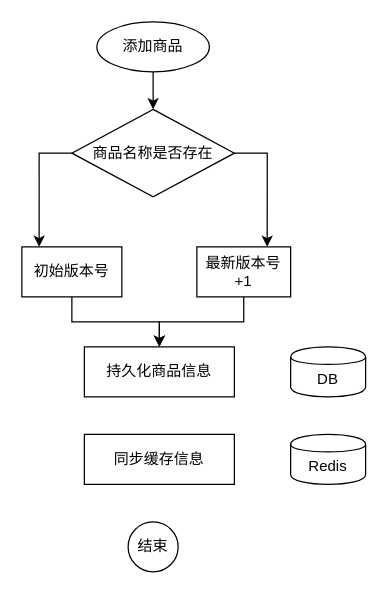
Above: 商品订单流程设计.drawio in chenrushui/draw (draw.io), before the change. Source tidied: cells renumbered, new cells numbered last; positions are measured from the earlier drawing's top-left corner, leaving out a move shared by most shapes. Both pictures are drawn from the tidied source at 125%, with x=0, y=0 at pixel (21, 21).
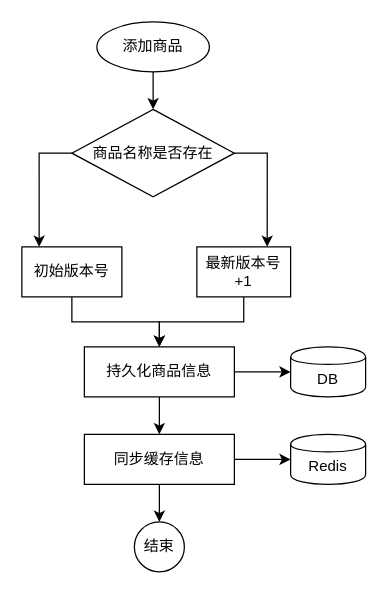
After the change.

Commit message (it also covers changes not shown here):
商品订单流程设计.drawio

The edit, as a diff of the source:
```diff
@@
 <mxGraphModel>
   <root>
     <mxCell id="0" />
     <mxCell id="1" parent="0" />
     <mxCell id="2" style="edgeStyle=orthogonalEdgeStyle;rounded=0;jettySize=auto;html=1;entryX=0.5;entryY=0;entryDx=0;entryDy=0;" parent="1" edge="1" source="3" target="11">
       <mxGeometry relative="1" as="geometry" />
     </mxCell>
     <mxCell id="3" value="初始版本号" style="rounded=0;whiteSpace=wrap;html=1;" parent="1" vertex="1">
       <mxGeometry y="180" width="80" height="40" as="geometry" />
     </mxCell>
     <mxCell id="4" style="edgeStyle=orthogonalEdgeStyle;rounded=0;jettySize=auto;html=1;exitX=0.5;exitY=1;exitDx=0;exitDy=0;entryX=0.5;entryY=0;entryDx=0;entryDy=0;" parent="1" edge="1" source="5" target="8">
       <mxGeometry relative="1" as="geometry" />
     </mxCell>
     <mxCell id="5" value="添加商品" style="ellipse;whiteSpace=wrap;html=1;" parent="1" vertex="1">
       <mxGeometry x="60" width="90" height="40" as="geometry" />
     </mxCell>
     <mxCell id="6" style="edgeStyle=orthogonalEdgeStyle;rounded=0;jettySize=auto;html=1;exitX=0;exitY=0.5;exitDx=0;exitDy=0;entryX=0.173;entryY=0;entryDx=0;entryDy=0;entryPerimeter=0;" parent="1" edge="1" source="8" target="3">
       <mxGeometry relative="1" as="geometry" />
     </mxCell>
     <mxCell id="7" style="edgeStyle=orthogonalEdgeStyle;rounded=0;jettySize=auto;html=1;exitX=1;exitY=0.5;exitDx=0;exitDy=0;entryX=0.75;entryY=0;entryDx=0;entryDy=0;" parent="1" edge="1" source="8" target="10">
       <mxGeometry relative="1" as="geometry" />
     </mxCell>
     <mxCell id="8" value="商品名称是否存在" style="rhombus;whiteSpace=wrap;html=1;" parent="1" vertex="1">
       <mxGeometry x="40" y="70" width="130" height="70" as="geometry" />
     </mxCell>
     <mxCell id="9" style="edgeStyle=orthogonalEdgeStyle;rounded=0;jettySize=auto;html=1;entryX=0.5;entryY=0;entryDx=0;entryDy=0;" parent="1" edge="1" source="10" target="11">
       <mxGeometry relative="1" as="geometry" />
     </mxCell>
     <mxCell id="10" value="最新版本号+1" style="rounded=0;whiteSpace=wrap;html=1;" parent="1" vertex="1">
       <mxGeometry x="140" y="180" width="75" height="40" as="geometry" />
     </mxCell>
+    <mxCell id="16" style="edgeStyle=orthogonalEdgeStyle;rounded=0;jettySize=auto;html=1;entryX=0;entryY=0.5;entryDx=0;entryDy=0;" parent="1" edge="1" source="11" target="14">
+      <mxGeometry relative="1" as="geometry" />
+    </mxCell>
+    <mxCell id="17" style="edgeStyle=orthogonalEdgeStyle;rounded=0;jettySize=auto;html=1;entryX=0.5;entryY=0;entryDx=0;entryDy=0;" parent="1" edge="1" source="11" target="12">
+      <mxGeometry relative="1" as="geometry" />
+    </mxCell>
     <mxCell id="11" value="持久化商品信息" style="rounded=0;whiteSpace=wrap;html=1;" parent="1" vertex="1">
       <mxGeometry x="50" y="260" width="120" height="40" as="geometry" />
     </mxCell>
+    <mxCell id="18" style="edgeStyle=orthogonalEdgeStyle;rounded=0;jettySize=auto;html=1;entryX=0;entryY=0.5;entryDx=0;entryDy=0;" parent="1" edge="1" source="12" target="15">
+      <mxGeometry relative="1" as="geometry" />
+    </mxCell>
+    <mxCell id="19" style="edgeStyle=orthogonalEdgeStyle;rounded=0;jettySize=auto;html=1;entryX=0.5;entryY=0;entryDx=0;entryDy=0;" parent="1" edge="1" source="12" target="13">
+      <mxGeometry relative="1" as="geometry" />
+    </mxCell>
     <mxCell id="12" value="同步缓存信息" style="rounded=0;whiteSpace=wrap;html=1;" parent="1" vertex="1">
       <mxGeometry x="50" y="330" width="120" height="40" as="geometry" />
     </mxCell>
     <mxCell id="13" value="结束" style="ellipse;whiteSpace=wrap;html=1;" parent="1" vertex="1">
-      <mxGeometry x="85" y="400" width="40" height="40" as="geometry" />
+      <mxGeometry x="90" y="400" width="40" height="40" as="geometry" />
     </mxCell>
     <mxCell id="14" value="DB" style="shape=cylinder;whiteSpace=wrap;html=1;boundedLbl=1;backgroundOutline=1;" parent="1" vertex="1">
       <mxGeometry x="215" y="260" width="60" height="40" as="geometry" />
     </mxCell>
     <mxCell id="15" value="Redis" style="shape=cylinder;whiteSpace=wrap;html=1;boundedLbl=1;backgroundOutline=1;" parent="1" vertex="1">
       <mxGeometry x="215" y="330" width="60" height="40" as="geometry" />
     </mxCell>
   </root>
 </mxGraphModel>
```
